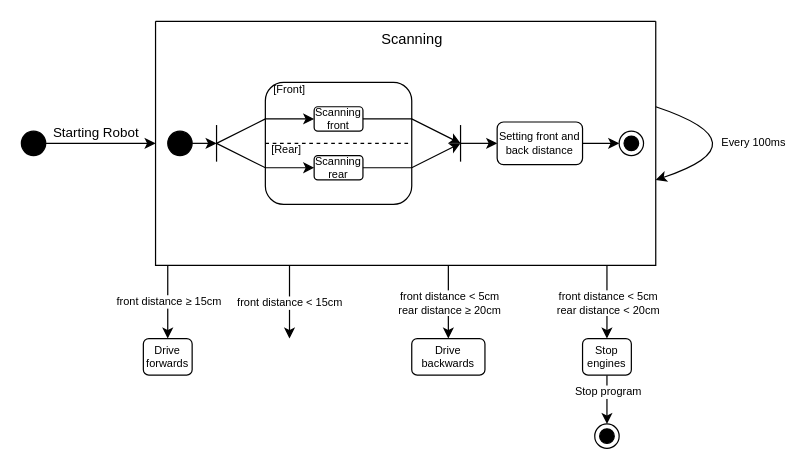
3dAttempt/Controller keeps this draw.io diagram as NS-Statechart.drawio. Above is the earlier version. Source tidied: cells renumbered, new cells numbered last; positions are measured from the earlier drawing's top-left corner, leaving out a move shared by most shapes. Both pictures are drawn from the tidied source at 122%, with x=0, y=0 at pixel (21, 21).
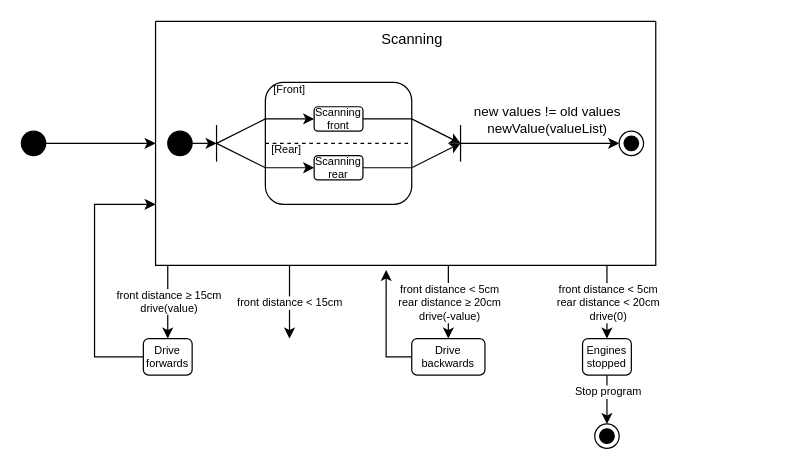
After the change.

Unchanged cells that the change refers to:
```xml
<mxCell id="2" style="edgeStyle=orthogonalEdgeStyle;rounded=0;jettySize=auto;html=1;exitX=1;exitY=0.5;exitDx=0;exitDy=0;" parent="1" edge="1" source="4">
  <mxGeometry relative="1" as="geometry">
    <mxPoint x="110" y="100" as="targetPoint" />
  </mxGeometry>
</mxCell>
<mxCell id="5" style="swimlane;startSize=0;rounded=1;swimlaneLine=1;arcSize=26;" parent="1" vertex="1">
  <mxGeometry x="110" width="410" height="200" as="geometry" />
</mxCell>
<mxCell id="19" style="ellipse;html=1;shape=endState;fillColor=strokeColor;rounded=1;fontSize=9;" parent="5" vertex="1">
  <mxGeometry x="380" y="90" width="20" height="20" as="geometry" />
</mxCell>
<mxCell id="27" style="endArrow=classic;html=1;rounded=0;fontSize=9;" parent="1" edge="1">
  <mxGeometry relative="1" as="geometry">
    <mxPoint x="120" y="200" as="sourcePoint" />
    <mxPoint x="120" y="260" as="targetPoint" />
  </mxGeometry>
</mxCell>
<mxCell id="29" value="Drive forwards" style="rounded=1;whiteSpace=wrap;html=1;fontSize=9;" parent="1" vertex="1">
  <mxGeometry x="100" y="260" width="40" height="30" as="geometry" />
</mxCell>
<mxCell id="32" style="endArrow=classic;html=1;rounded=0;fontSize=9;" parent="1" edge="1">
  <mxGeometry relative="1" as="geometry">
    <mxPoint x="350" y="200" as="sourcePoint" />
    <mxPoint x="350" y="260" as="targetPoint" />
  </mxGeometry>
</mxCell>
<mxCell id="34" value="Drive backwards" style="rounded=1;whiteSpace=wrap;html=1;fontSize=9;" parent="1" vertex="1">
  <mxGeometry x="320" y="260" width="60" height="30" as="geometry" />
</mxCell>
<mxCell id="35" style="endArrow=classic;html=1;rounded=0;fontSize=9;" parent="1" edge="1">
  <mxGeometry relative="1" as="geometry">
    <mxPoint x="480" y="200" as="sourcePoint" />
    <mxPoint x="480" y="260" as="targetPoint" />
  </mxGeometry>
</mxCell>
```

Change to the diagram source:
```diff
@@
-    <mxCell id="3" value="&lt;div&gt;Starting Robot&lt;/div&gt;" style="edgeLabel;html=1;align=center;verticalAlign=middle;" parent="2" vertex="1">
-      <mxGeometry x="-0.26" y="2" relative="1" as="geometry">
-        <mxPoint x="7" y="-8" as="offset" />
-      </mxGeometry>
-    </mxCell>
@@
-    <mxCell id="16" style="endArrow=classic;html=1;rounded=0;fontSize=9;entryX=0;entryY=0.5;entryDx=0;entryDy=0;" parent="5" edge="1" target="18">
+    <mxCell id="16" style="endArrow=classic;html=1;rounded=0;fontSize=9;entryX=0;entryY=0.5;entryDx=0;entryDy=0;" parent="5" edge="1" target="19">
       <mxGeometry relative="1" as="geometry">
         <mxPoint x="250" y="100" as="sourcePoint" />
       </mxGeometry>
     </mxCell>
-    <mxCell id="17" style="edgeStyle=orthogonalEdgeStyle;rounded=0;jettySize=auto;html=1;entryX=0;entryY=0.5;entryDx=0;entryDy=0;fontSize=9;" parent="5" edge="1" source="18" target="19">
-      <mxGeometry relative="1" as="geometry" />
-    </mxCell>
-    <mxCell id="18" value="Setting front and back distance" style="rounded=1;whiteSpace=wrap;html=1;fontSize=9;" parent="5" vertex="1">
-      <mxGeometry x="280" y="82.5" width="70" height="35" as="geometry" />
-    </mxCell>
+    <mxCell id="41" value="&lt;div&gt;new values != old values&lt;/div&gt;&lt;div&gt;newValue(valueList)&lt;br&gt;&lt;/div&gt;" style="edgeLabel;html=1;align=center;verticalAlign=middle;" parent="16" vertex="1">
+      <mxGeometry x="-0.18" y="2" relative="1" as="geometry">
+        <mxPoint x="17" y="-18" as="offset" />
+      </mxGeometry>
+    </mxCell>
@@
-    <mxCell id="25" style="endArrow=classic;html=1;fontSize=9;curved=1;" parent="1" edge="1">
-      <mxGeometry relative="1" as="geometry">
-        <mxPoint x="520" y="70" as="sourcePoint" />
-        <mxPoint x="520" y="130" as="targetPoint" />
-        <Array as="points">
-          <mxPoint x="610" y="100" />
-        </Array>
-      </mxGeometry>
-    </mxCell>
-    <mxCell id="26" value="&lt;div&gt;Every 100ms&lt;/div&gt;" style="edgeLabel;html=1;align=center;verticalAlign=middle;fontSize=9;" parent="25" vertex="1">
-      <mxGeometry x="0.55" y="-2" relative="1" as="geometry">
-        <mxPoint x="40" y="-15" as="offset" />
-      </mxGeometry>
-    </mxCell>
@@
-    <mxCell id="28" value="&lt;div&gt;front distance ≥ 15cm&lt;/div&gt;" style="edgeLabel;html=1;align=center;verticalAlign=middle;fontSize=9;" parent="27" vertex="1">
+    <mxCell id="28" value="&lt;div&gt;front distance ≥ 15cm&lt;/div&gt;&lt;div&gt;drive(value)&lt;br&gt;&lt;/div&gt;" style="edgeLabel;html=1;align=center;verticalAlign=middle;fontSize=9;" parent="27" vertex="1">
       <mxGeometry x="0.18" y="-1" relative="1" as="geometry">
         <mxPoint x="1" y="-6" as="offset" />
       </mxGeometry>
     </mxCell>
+    <mxCell id="42" style="edgeStyle=orthogonalEdgeStyle;rounded=0;jettySize=auto;html=1;exitX=0;exitY=0.5;exitDx=0;exitDy=0;entryX=0;entryY=0.75;entryDx=0;entryDy=0;" parent="1" edge="1" source="29" target="5">
+      <mxGeometry relative="1" as="geometry">
+        <Array as="points">
+          <mxPoint x="60" y="275" />
+          <mxPoint x="60" y="150" />
+        </Array>
+      </mxGeometry>
+    </mxCell>
@@
-    <mxCell id="33" value="&lt;div&gt;front distance &amp;lt; 5cm&lt;/div&gt;&lt;div&gt;rear distance ≥ 20cm&lt;br&gt;&lt;/div&gt;" style="edgeLabel;html=1;align=center;verticalAlign=middle;fontSize=9;" parent="32" vertex="1">
+    <mxCell id="33" value="&lt;div&gt;front distance &amp;lt; 5cm&lt;/div&gt;&lt;div&gt;rear distance ≥ 20cm&lt;/div&gt;&lt;div&gt;drive(-value)&lt;br&gt;&lt;/div&gt;" style="edgeLabel;html=1;align=center;verticalAlign=middle;fontSize=9;" parent="32" vertex="1">
       <mxGeometry x="0.37" y="2" relative="1" as="geometry">
         <mxPoint x="-2" y="-11" as="offset" />
       </mxGeometry>
     </mxCell>
+    <mxCell id="43" style="edgeStyle=orthogonalEdgeStyle;rounded=0;jettySize=auto;html=1;exitX=0;exitY=0.5;exitDx=0;exitDy=0;entryX=0.461;entryY=1.019;entryDx=0;entryDy=0;entryPerimeter=0;" parent="1" edge="1" source="34" target="5">
+      <mxGeometry relative="1" as="geometry" />
+    </mxCell>
@@
-    <mxCell id="36" value="&lt;div&gt;front distance &amp;lt; 5cm&lt;/div&gt;&lt;div&gt;rear distance &amp;lt; 20cm&lt;br&gt;&lt;/div&gt;" style="edgeLabel;html=1;align=center;verticalAlign=middle;fontSize=9;" parent="35" vertex="1">
+    <mxCell id="36" value="&lt;div&gt;front distance &amp;lt; 5cm&lt;/div&gt;&lt;div&gt;rear distance &amp;lt; 20cm&lt;/div&gt;&lt;div&gt;drive(0)&lt;br&gt;&lt;/div&gt;" style="edgeLabel;html=1;align=center;verticalAlign=middle;fontSize=9;" parent="35" vertex="1">
       <mxGeometry x="0.42" relative="1" as="geometry">
         <mxPoint y="-13" as="offset" />
       </mxGeometry>
     </mxCell>
@@
-    <mxCell id="39" value="Stop engines" style="rounded=1;whiteSpace=wrap;html=1;fontSize=9;" parent="1" vertex="1">
+    <mxCell id="39" value="Engines stopped" style="rounded=1;whiteSpace=wrap;html=1;fontSize=9;" parent="1" vertex="1">
       <mxGeometry x="460" y="260" width="40" height="30" as="geometry" />
     </mxCell>
```
